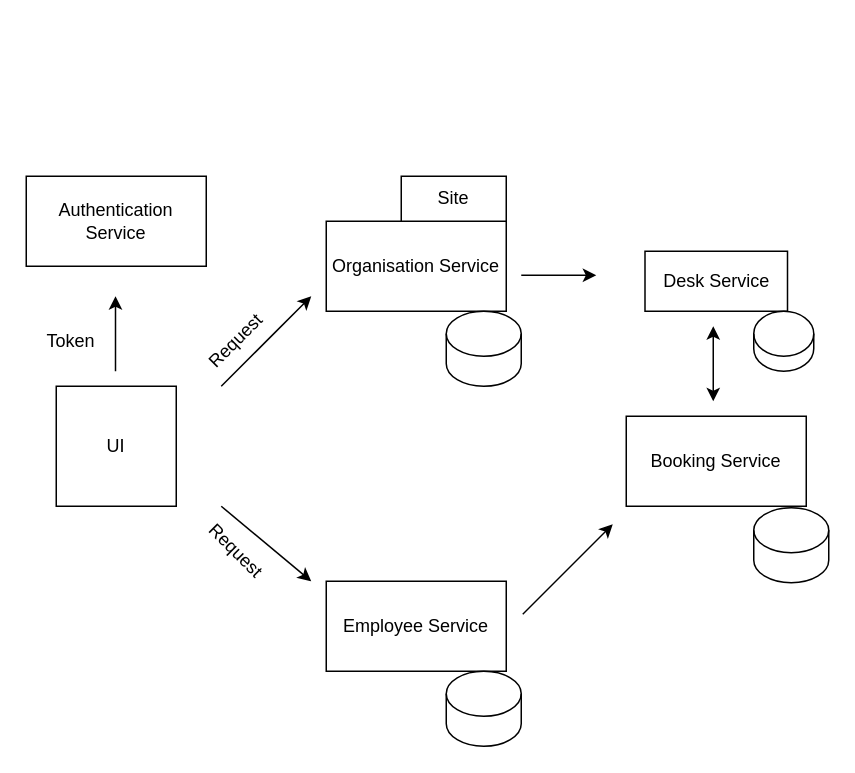
The draw.io diagram docs/planning/images/drawio/architecture_v1.drawio in kanwalnainsingh/OpenDesk, before the edit. Source tidied: cells renumbered, new cells numbered last; positions are measured from the earlier drawing's top-left corner, leaving out a move shared by most shapes. Both pictures are drawn from the tidied source at 150%, with x=0, y=0 at pixel (26, 176).
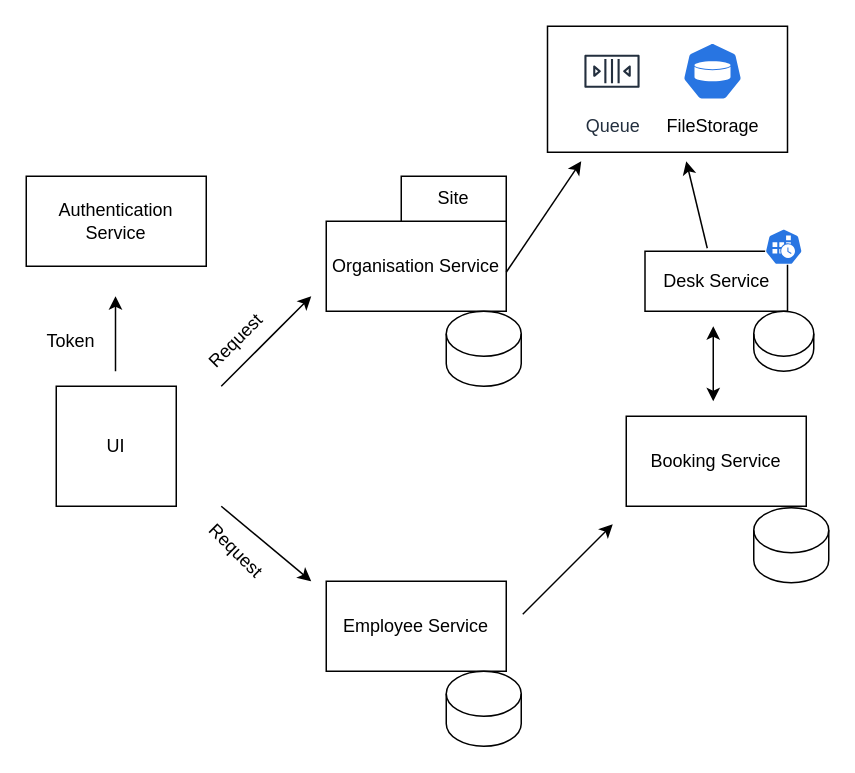
Above is the later version.

The change refers to these unchanged cells:
```xml
<mxCell id="6" value="Desk Service" style="rounded=0;whiteSpace=wrap;html=1;" parent="1" vertex="1">
  <mxGeometry x="412.5" y="50" width="95" height="40" as="geometry" />
</mxCell>
```

The edit, as a diff of the source:
```diff
@@
+    <mxCell id="22" style="rounded=0;whiteSpace=wrap;html=1;" parent="1" vertex="1">
+      <mxGeometry x="347.5" y="-100" width="160" height="84" as="geometry" />
+    </mxCell>
@@
     <mxCell id="10" style="endArrow=classic;html=1;" parent="1" edge="1">
       <mxGeometry relative="1" as="geometry">
-        <mxPoint x="330" y="66" as="sourcePoint" />
-        <mxPoint x="380" y="66" as="targetPoint" />
-        <Array as="points">
-          <mxPoint x="360" y="66" />
-        </Array>
+        <mxPoint x="320" y="64" as="sourcePoint" />
+        <mxPoint x="370" y="-10" as="targetPoint" />
       </mxGeometry>
     </mxCell>
@@
+    <mxCell id="23" style="html=1;dashed=0;whitespace=wrap;fillColor=#2875E2;strokeColor=#ffffff;shape=mxgraph.kubernetes.icon;prIcon=pv;" parent="1" vertex="1">
+      <mxGeometry x="437.5" y="-90" width="40" height="40" as="geometry" />
+    </mxCell>
+    <mxCell id="24" value="Queue" style="fontColor=#232F3E;gradientColor=none;strokeColor=#232F3E;fillColor=#ffffff;dashed=0;verticalLabelPosition=bottom;verticalAlign=top;align=center;html=1;fontSize=12;fontStyle=0;shape=mxgraph.aws4.resourceIcon;resIcon=mxgraph.aws4.queue;" parent="1" vertex="1">
+      <mxGeometry x="367.5" y="-93" width="46" height="46" as="geometry" />
+    </mxCell>
+    <mxCell id="25" style="html=1;dashed=0;whitespace=wrap;fillColor=#2875E2;strokeColor=#ffffff;shape=mxgraph.kubernetes.icon;prIcon=cronjob;" parent="1" vertex="1">
+      <mxGeometry x="492.5" y="30" width="25" height="34" as="geometry" />
+    </mxCell>
+    <mxCell id="26" value="FileStorage" style="text;html=1;strokeColor=none;fillColor=none;align=center;verticalAlign=middle;whiteSpace=wrap;rounded=0;" parent="1" vertex="1">
+      <mxGeometry x="422.5" y="-43" width="70" height="20" as="geometry" />
+    </mxCell>
+    <mxCell id="27" style="endArrow=classic;html=1;exitX=0.437;exitY=-0.05;exitDx=0;exitDy=0;exitPerimeter=0;" parent="1" edge="1" source="6">
+      <mxGeometry relative="1" as="geometry">
+        <mxPoint x="440" y="-10" as="targetPoint" />
+      </mxGeometry>
+    </mxCell>
```
